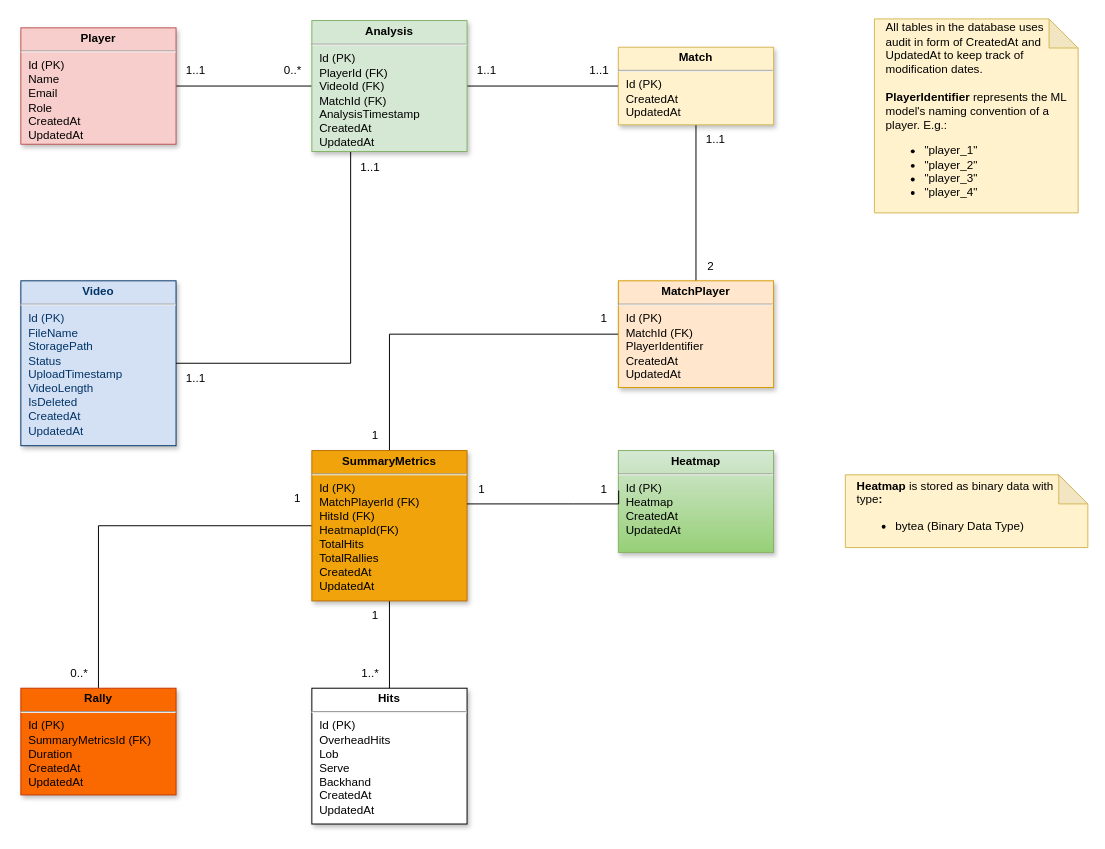
Earlier version of the draw.io diagram Documentation/Analysis/Diagrams/RelationalModel.drawio (Olsen7351/Bachlor2025-Padel). Source tidied: cells renumbered, new cells numbered last; positions are measured from the earlier drawing's top-left corner, leaving out a move shared by most shapes. Both pictures are drawn from the tidied source at 97%, with x=0, y=0 at pixel (20, 18).
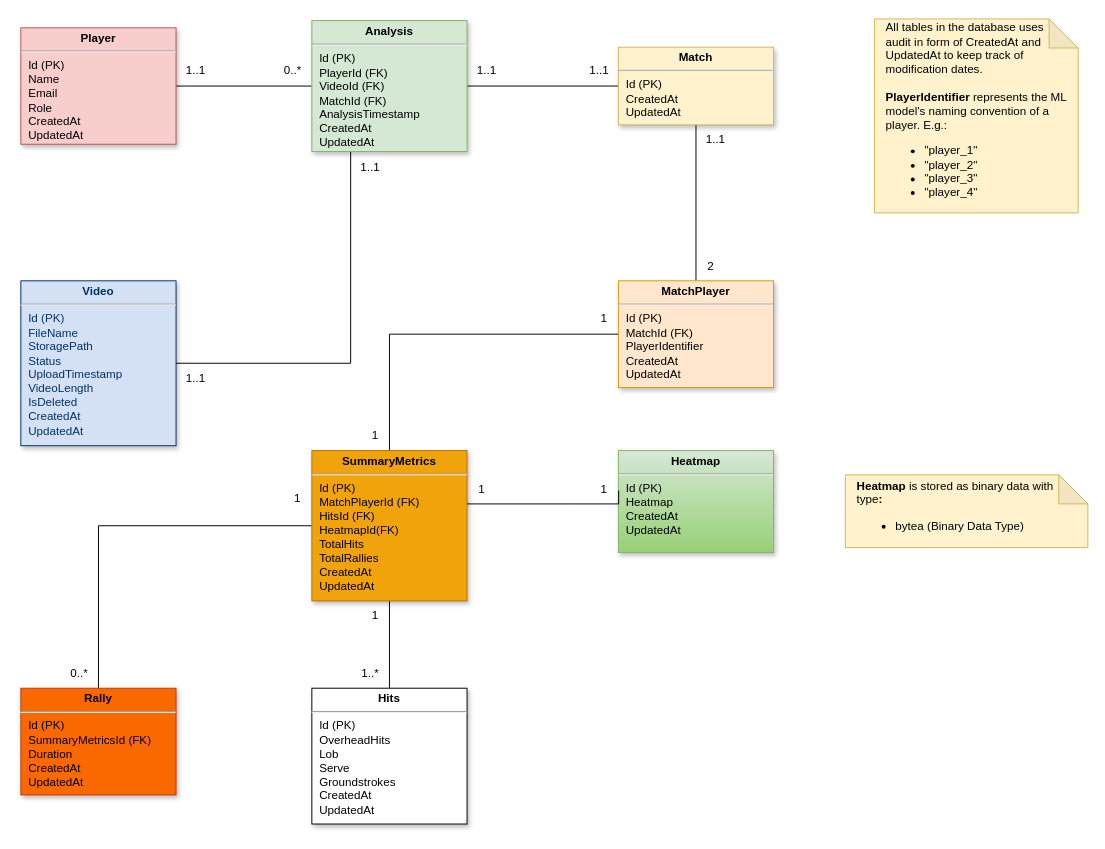
The same diagram, later.

The edit, as a diff of the source:
```diff
@@
-    <mxCell id="16" value="&lt;p style=&quot;margin: 4px 0px 0px; text-align: center;&quot;&gt;&lt;b&gt;Hits&lt;/b&gt;&lt;/p&gt;&lt;hr&gt;&lt;p style=&quot;margin: 0px; margin-left: 8px;&quot;&gt;Id (PK)&lt;/p&gt;&lt;p style=&quot;margin: 0px; margin-left: 8px;&quot;&gt;&lt;span style=&quot;background-color: transparent; color: light-dark(rgb(0, 0, 0), rgb(255, 255, 255));&quot;&gt;OverheadHits&lt;/span&gt;&lt;/p&gt;&lt;p style=&quot;margin: 0px; margin-left: 8px;&quot;&gt;Lob&lt;/p&gt;&lt;p style=&quot;margin: 0px; margin-left: 8px;&quot;&gt;Serve&lt;/p&gt;&lt;p style=&quot;margin: 0px; margin-left: 8px;&quot;&gt;Backhand&lt;/p&gt;&lt;p style=&quot;margin: 0px; margin-left: 8px;&quot;&gt;CreatedAt&lt;/p&gt;&lt;p style=&quot;margin: 0px; margin-left: 8px;&quot;&gt;UpdatedAt&lt;/p&gt;" style="verticalAlign=top;align=left;overflow=fill;fontSize=12;fontFamily=Helvetica;html=1;shadow=1;" parent="1" vertex="1">
+    <mxCell id="16" value="&lt;p style=&quot;margin: 4px 0px 0px; text-align: center;&quot;&gt;&lt;b&gt;Hits&lt;/b&gt;&lt;/p&gt;&lt;hr&gt;&lt;p style=&quot;margin: 0px; margin-left: 8px;&quot;&gt;Id (PK)&lt;/p&gt;&lt;p style=&quot;margin: 0px; margin-left: 8px;&quot;&gt;&lt;span style=&quot;background-color: transparent; color: light-dark(rgb(0, 0, 0), rgb(255, 255, 255));&quot;&gt;OverheadHits&lt;/span&gt;&lt;/p&gt;&lt;p style=&quot;margin: 0px; margin-left: 8px;&quot;&gt;Lob&lt;/p&gt;&lt;p style=&quot;margin: 0px; margin-left: 8px;&quot;&gt;Serve&lt;/p&gt;&lt;p style=&quot;margin: 0px; margin-left: 8px;&quot;&gt;Groundstrokes&lt;/p&gt;&lt;p style=&quot;margin: 0px; margin-left: 8px;&quot;&gt;CreatedAt&lt;/p&gt;&lt;p style=&quot;margin: 0px; margin-left: 8px;&quot;&gt;UpdatedAt&lt;/p&gt;" style="verticalAlign=top;align=left;overflow=fill;fontSize=12;fontFamily=Helvetica;html=1;shadow=1;" parent="1" vertex="1">
       <mxGeometry x="300" y="690" width="160" height="140" as="geometry" />
     </mxCell>
```
